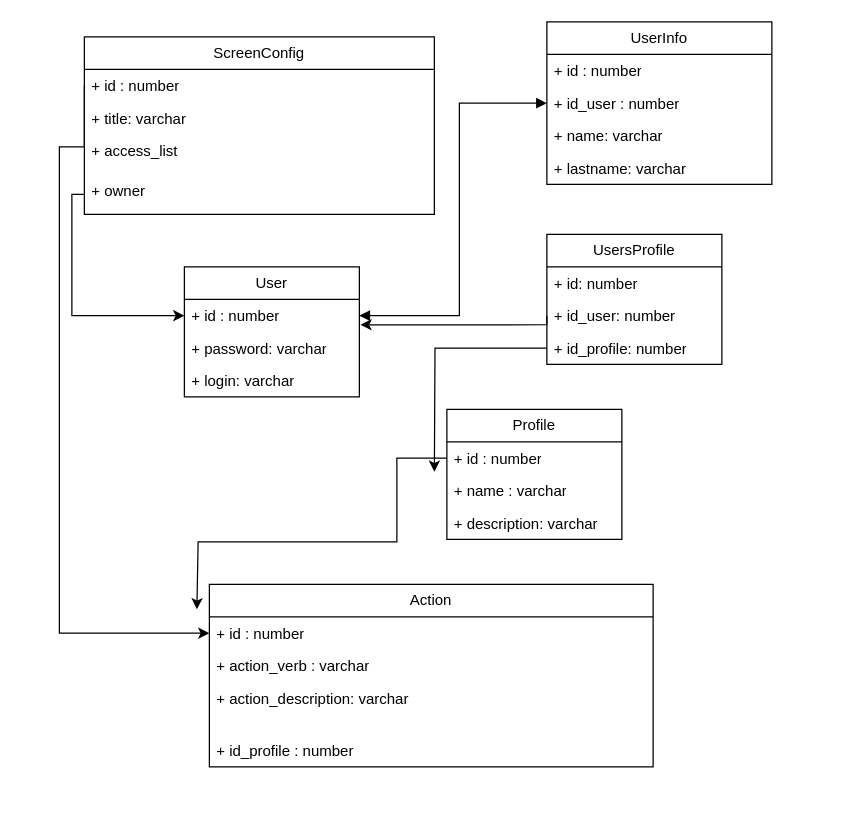
The draw.io diagram starter02-complex-hibernate/uml/UMLV01.drawio in slbsla/starter-2024, before the edit. Source tidied: cells renumbered, new cells numbered last; positions are measured from the earlier drawing's top-left corner, leaving out a move shared by most shapes. Both pictures are drawn from the tidied source at 125%, with x=0, y=0 at pixel (59, 21).
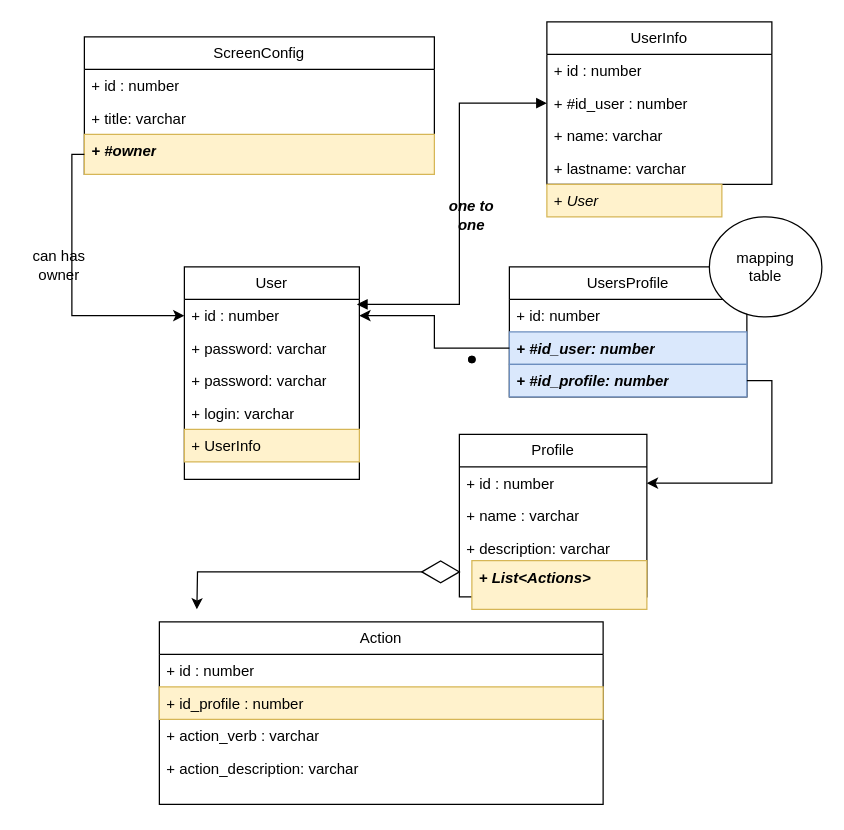
Above is the later version.

The change refers to these unchanged cells:
```xml
<mxCell id="3" value="+ id : number" style="text;strokeColor=none;fillColor=none;align=left;verticalAlign=top;spacingLeft=4;spacingRight=4;overflow=hidden;points=[[0,0.5],[1,0.5]];portConstraint=eastwest;whiteSpace=wrap;html=1;" parent="2" vertex="1">
  <mxGeometry y="26" width="140" height="26" as="geometry" />
</mxCell>
<mxCell id="14" value="UserInfo" style="swimlane;fontStyle=0;horizontal=1;startSize=26;fillColor=none;whiteSpace=wrap;html=1;" parent="1" vertex="1">
  <mxGeometry x="390" width="180" height="130" as="geometry" />
</mxCell>
<mxCell id="21" value="+ id : number&lt;div&gt;&lt;br/&gt;&lt;/div&gt;" style="text;strokeColor=none;fillColor=none;align=left;verticalAlign=top;spacingLeft=4;spacingRight=4;overflow=hidden;points=[[0,0.5],[1,0.5]];portConstraint=eastwest;whiteSpace=wrap;html=1;" parent="20" vertex="1">
  <mxGeometry y="26" width="355" height="26" as="geometry" />
</mxCell>
<mxCell id="27" value="+ id : number&lt;div&gt;&lt;br/&gt;&lt;/div&gt;" style="text;strokeColor=none;fillColor=none;align=left;verticalAlign=top;spacingLeft=4;spacingRight=4;overflow=hidden;points=[[0,0.5],[1,0.5]];portConstraint=eastwest;whiteSpace=wrap;html=1;" parent="26" vertex="1">
  <mxGeometry y="26" width="280" height="26" as="geometry" />
</mxCell>
```

Diff of the diagram source:
```diff
@@
     <mxCell id="2" value="User" style="swimlane;fontStyle=0;horizontal=1;startSize=26;fillColor=none;whiteSpace=wrap;html=1;" parent="1" vertex="1">
-      <mxGeometry x="100" y="196" width="140" height="104" as="geometry" />
+      <mxGeometry x="100" y="196" width="140" height="170" as="geometry" />
     </mxCell>
@@
+    <mxCell id="35" value="+ password: varchar" style="text;strokeColor=none;fillColor=none;align=left;verticalAlign=top;spacingLeft=4;spacingRight=4;overflow=hidden;whiteSpace=wrap;html=1;" parent="2" vertex="1">
+      <mxGeometry y="78" width="140" height="26" as="geometry" />
+    </mxCell>
     <mxCell id="5" value="+ login: varchar" style="text;strokeColor=none;fillColor=none;align=left;verticalAlign=top;spacingLeft=4;spacingRight=4;overflow=hidden;whiteSpace=wrap;html=1;" parent="2" vertex="1">
-      <mxGeometry y="78" width="140" height="26" as="geometry" />
+      <mxGeometry y="104" width="140" height="66" as="geometry" />
     </mxCell>
     <mxCell id="6" value="Profile" style="swimlane;fontStyle=0;horizontal=1;startSize=26;fillColor=none;whiteSpace=wrap;html=1;" parent="1" vertex="1">
-      <mxGeometry x="310" y="310" width="140" height="104" as="geometry" />
+      <mxGeometry x="320" y="330" width="150" height="130" as="geometry" />
     </mxCell>
     <mxCell id="7" value="+ id : number&lt;div&gt;&lt;br/&gt;&lt;/div&gt;" style="text;strokeColor=none;fillColor=none;align=left;verticalAlign=top;spacingLeft=4;spacingRight=4;overflow=hidden;points=[[0,0.5],[1,0.5]];portConstraint=eastwest;whiteSpace=wrap;html=1;" parent="6" vertex="1">
-      <mxGeometry y="26" width="140" height="26" as="geometry" />
+      <mxGeometry y="26" width="150" height="26" as="geometry" />
     </mxCell>
     <mxCell id="8" value="+ name : varchar" style="text;strokeColor=none;fillColor=none;align=left;verticalAlign=top;spacingLeft=4;spacingRight=4;overflow=hidden;whiteSpace=wrap;html=1;" parent="6" vertex="1">
-      <mxGeometry y="52" width="140" height="26" as="geometry" />
+      <mxGeometry y="52" width="150" height="26" as="geometry" />
     </mxCell>
     <mxCell id="9" value="+ description: varchar" style="text;strokeColor=none;fillColor=none;align=left;verticalAlign=top;spacingLeft=4;spacingRight=4;overflow=hidden;whiteSpace=wrap;html=1;" parent="6" vertex="1">
-      <mxGeometry y="78" width="140" height="26" as="geometry" />
+      <mxGeometry y="78" width="150" height="52" as="geometry" />
     </mxCell>
     <mxCell id="10" value="UsersProfile" style="swimlane;fontStyle=0;horizontal=1;startSize=26;fillColor=none;whiteSpace=wrap;html=1;" parent="1" vertex="1">
-      <mxGeometry x="390" y="170" width="140" height="104" as="geometry" />
+      <mxGeometry x="360" y="196" width="190" height="104" as="geometry" />
     </mxCell>
     <mxCell id="11" value="+ id: number" style="text;strokeColor=none;fillColor=none;align=left;verticalAlign=top;spacingLeft=4;spacingRight=4;overflow=hidden;whiteSpace=wrap;html=1;" parent="10" vertex="1">
-      <mxGeometry y="26" width="140" height="26" as="geometry" />
+      <mxGeometry y="26" width="190" height="26" as="geometry" />
     </mxCell>
-    <mxCell id="12" value="+ id_user: number&lt;div&gt;&lt;br/&gt;&lt;/div&gt;" style="text;strokeColor=none;fillColor=none;align=left;verticalAlign=top;spacingLeft=4;spacingRight=4;overflow=hidden;points=[[0,0.5],[1,0.5]];portConstraint=eastwest;whiteSpace=wrap;html=1;" parent="10" vertex="1">
-      <mxGeometry y="52" width="140" height="26" as="geometry" />
+    <mxCell id="12" value="+ #id_user: number&lt;div&gt;&lt;br&gt;&lt;/div&gt;" style="text;strokeColor=#6c8ebf;fillColor=#dae8fc;align=left;verticalAlign=top;spacingLeft=4;spacingRight=4;overflow=hidden;points=[[0,0.5],[1,0.5]];portConstraint=eastwest;whiteSpace=wrap;html=1;fontStyle=3;" parent="10" vertex="1">
+      <mxGeometry y="52" width="190" height="26" as="geometry" />
     </mxCell>
-    <mxCell id="13" value="+ id_profile: number" style="text;strokeColor=none;fillColor=none;align=left;verticalAlign=top;spacingLeft=4;spacingRight=4;overflow=hidden;points=[[0,0.5],[1,0.5]];portConstraint=eastwest;whiteSpace=wrap;html=1;" parent="10" vertex="1">
-      <mxGeometry y="78" width="140" height="26" as="geometry" />
+    <mxCell id="13" value="+ #id_profile: number" style="text;strokeColor=#6c8ebf;fillColor=#dae8fc;align=left;verticalAlign=top;spacingLeft=4;spacingRight=4;overflow=hidden;points=[[0,0.5],[1,0.5]];portConstraint=eastwest;whiteSpace=wrap;html=1;fontStyle=3;" parent="10" vertex="1">
+      <mxGeometry y="78" width="190" height="26" as="geometry" />
     </mxCell>
@@
-    <mxCell id="16" value="+ id_user : number" style="text;strokeColor=none;fillColor=none;align=left;verticalAlign=top;spacingLeft=4;spacingRight=4;overflow=hidden;points=[[0,0.5],[1,0.5]];portConstraint=eastwest;whiteSpace=wrap;html=1;" parent="14" vertex="1">
+    <mxCell id="16" value="+ #id_user : number" style="text;strokeColor=none;fillColor=none;align=left;verticalAlign=top;spacingLeft=4;spacingRight=4;overflow=hidden;points=[[0,0.5],[1,0.5]];portConstraint=eastwest;whiteSpace=wrap;html=1;" parent="14" vertex="1">
       <mxGeometry y="52" width="180" height="26" as="geometry" />
     </mxCell>
@@
-    <mxCell id="19" style="endArrow=block;startArrow=block;endFill=1;startFill=1;html=1;rounded=0;entryX=0;entryY=0.5;entryDx=0;entryDy=0;exitX=1;exitY=0.5;exitDx=0;exitDy=0;" parent="1" edge="1" source="3" target="16">
+    <mxCell id="19" style="endArrow=block;startArrow=block;endFill=1;startFill=1;html=1;rounded=0;entryX=0;entryY=0.5;entryDx=0;entryDy=0;exitX=0.986;exitY=0.154;exitDx=0;exitDy=0;exitPerimeter=0;" parent="1" edge="1" source="3" target="16">
       <mxGeometry relative="1" as="geometry">
         <Array as="points">
-          <mxPoint x="320" y="235" />
+          <mxPoint x="320" y="226" />
           <mxPoint x="320" y="65" />
         </Array>
       </mxGeometry>
     </mxCell>
     <mxCell id="20" value="Action" style="swimlane;fontStyle=0;horizontal=1;startSize=26;fillColor=none;whiteSpace=wrap;html=1;" parent="1" vertex="1">
-      <mxGeometry x="120" y="450" width="355" height="146" as="geometry" />
+      <mxGeometry x="80" y="480" width="355" height="146" as="geometry" />
     </mxCell>
@@
+    <mxCell id="24" value="+ id_profile : number&lt;div&gt;&lt;br&gt;&lt;/div&gt;" style="text;strokeColor=#d6b656;fillColor=#fff2cc;align=left;verticalAlign=top;spacingLeft=4;spacingRight=4;overflow=hidden;whiteSpace=wrap;html=1;" parent="20" vertex="1">
+      <mxGeometry y="52" width="355" height="26" as="geometry" />
+    </mxCell>
     <mxCell id="22" value="+ action_verb : varchar&lt;div&gt;&lt;br/&gt;&lt;/div&gt;" style="text;strokeColor=none;fillColor=none;align=left;verticalAlign=top;spacingLeft=4;spacingRight=4;overflow=hidden;whiteSpace=wrap;html=1;" parent="20" vertex="1">
-      <mxGeometry y="52" width="355" height="26" as="geometry" />
+      <mxGeometry y="78" width="355" height="26" as="geometry" />
     </mxCell>
     <mxCell id="23" value="+ action_description: varchar" style="text;strokeColor=none;fillColor=none;align=left;verticalAlign=top;spacingLeft=4;spacingRight=4;overflow=hidden;whiteSpace=wrap;html=1;" parent="20" vertex="1">
-      <mxGeometry y="78" width="355" height="42" as="geometry" />
+      <mxGeometry y="104" width="355" height="42" as="geometry" />
     </mxCell>
-    <mxCell id="24" value="+ id_profile : number&lt;div&gt;&lt;br&gt;&lt;/div&gt;" style="text;strokeColor=none;fillColor=none;align=left;verticalAlign=top;spacingLeft=4;spacingRight=4;overflow=hidden;whiteSpace=wrap;html=1;" parent="20" vertex="1">
-      <mxGeometry y="120" width="355" height="26" as="geometry" />
-    </mxCell>
-    <mxCell id="25" style="edgeStyle=orthogonalEdgeStyle;rounded=0;jettySize=auto;html=1;exitX=0;exitY=0.5;exitDx=0;exitDy=0;" parent="1" edge="1" source="7">
+    <mxCell id="25" style="edgeStyle=orthogonalEdgeStyle;rounded=0;jettySize=auto;html=1;exitX=0;exitY=0.5;exitDx=0;exitDy=0;" parent="1" edge="1" source="39">
       <mxGeometry relative="1" as="geometry">
         <mxPoint x="110" y="470" as="targetPoint" />
-        <Array as="points">
-          <mxPoint x="270" y="349" />
-          <mxPoint x="270" y="416" />
-          <mxPoint x="111" y="416" />
-          <mxPoint x="111" y="470" />
-        </Array>
       </mxGeometry>
     </mxCell>
     <mxCell id="26" value="ScreenConfig" style="swimlane;fontStyle=0;horizontal=1;startSize=26;fillColor=none;whiteSpace=wrap;html=1;" parent="1" vertex="1">
-      <mxGeometry x="20" y="12" width="280" height="142" as="geometry" />
+      <mxGeometry x="20" y="12" width="280" height="110" as="geometry" />
     </mxCell>
@@
-    <mxCell id="29" value="+ access_list" style="text;strokeColor=none;fillColor=none;align=left;verticalAlign=top;spacingLeft=4;spacingRight=4;overflow=hidden;whiteSpace=wrap;html=1;" parent="26" vertex="1">
-      <mxGeometry y="78" width="280" height="32" as="geometry" />
-    </mxCell>
-    <mxCell id="30" value="+ owner" style="text;strokeColor=none;fillColor=none;align=left;verticalAlign=top;spacingLeft=4;spacingRight=4;overflow=hidden;points=[[0,0.5],[1,0.5]];portConstraint=eastwest;whiteSpace=wrap;html=1;" parent="26" vertex="1">
-      <mxGeometry y="110" width="280" height="32" as="geometry" />
+    <mxCell id="30" value="+ #owner" style="text;strokeColor=#d6b656;fillColor=#fff2cc;align=left;verticalAlign=top;spacingLeft=4;spacingRight=4;overflow=hidden;points=[[0,0.5],[1,0.5]];portConstraint=eastwest;whiteSpace=wrap;html=1;fontStyle=3;" parent="26" vertex="1">
+      <mxGeometry y="78" width="280" height="32" as="geometry" />
     </mxCell>
-    <mxCell id="31" style="edgeStyle=orthogonalEdgeStyle;rounded=0;jettySize=auto;html=1;exitX=0;exitY=0.5;exitDx=0;exitDy=0;" parent="1" edge="1" source="27" target="21">
-      <mxGeometry relative="1" as="geometry">
-        <Array as="points">
-          <mxPoint x="20" y="100" />
-          <mxPoint y="100" />
-          <mxPoint y="489" />
-        </Array>
-      </mxGeometry>
-    </mxCell>
     <mxCell id="32" style="edgeStyle=orthogonalEdgeStyle;rounded=0;jettySize=auto;html=1;exitX=0;exitY=0.5;exitDx=0;exitDy=0;entryX=0;entryY=0.5;entryDx=0;entryDy=0;" parent="1" edge="1" source="30" target="3">
       <mxGeometry relative="1" as="geometry">
         <Array as="points">
-          <mxPoint x="10" y="138" />
+          <mxPoint x="10" y="106" />
           <mxPoint x="10" y="235" />
         </Array>
       </mxGeometry>
     </mxCell>
-    <mxCell id="33" style="edgeStyle=orthogonalEdgeStyle;rounded=0;jettySize=auto;html=1;exitX=0;exitY=0.5;exitDx=0;exitDy=0;" parent="1" edge="1" source="13">
-      <mxGeometry relative="1" as="geometry">
-        <mxPoint x="300" y="360" as="targetPoint" />
-      </mxGeometry>
-    </mxCell>
+    <mxCell id="36" style="edgeStyle=orthogonalEdgeStyle;rounded=0;jettySize=auto;html=1;exitX=1;exitY=0.5;exitDx=0;exitDy=0;" parent="1" edge="1" source="13" target="7">
+      <mxGeometry relative="1" as="geometry" />
+    </mxCell>
-    <mxCell id="34" style="edgeStyle=orthogonalEdgeStyle;rounded=0;jettySize=auto;html=1;exitX=0;exitY=0.5;exitDx=0;exitDy=0;entryX=1.006;entryY=0.782;entryDx=0;entryDy=0;entryPerimeter=0;" parent="1" edge="1" source="12" target="3">
-      <mxGeometry relative="1" as="geometry">
-        <Array as="points">
-          <mxPoint x="390" y="242" />
-        </Array>
-      </mxGeometry>
+    <mxCell id="34" style="edgeStyle=orthogonalEdgeStyle;rounded=0;jettySize=auto;html=1;exitX=0;exitY=0.5;exitDx=0;exitDy=0;entryX=1;entryY=0.5;entryDx=0;entryDy=0;" parent="1" edge="1" source="12" target="3">
+      <mxGeometry relative="1" as="geometry" />
     </mxCell>
+    <mxCell id="37" style="shape=waypoint;sketch=0;fillStyle=solid;size=6;fillColor=none;perimeter=centerPerimeter;" parent="1" vertex="1">
+      <mxGeometry x="320" y="260" width="20" height="20" as="geometry" />
+    </mxCell>
+    <mxCell id="38" style="shape=waypoint;sketch=0;fillStyle=solid;size=6;fillColor=none;perimeter=centerPerimeter;" parent="1" vertex="1">
+      <mxGeometry x="320" y="260" width="20" height="20" as="geometry" />
+    </mxCell>
+    <mxCell id="39" style="html=1;whiteSpace=wrap;shape=isoRectangle;fontColor=#66B2FF;" parent="1" vertex="1">
+      <mxGeometry x="290" y="431" width="30" height="18" as="geometry" />
+    </mxCell>
+    <mxCell id="40" value="+ List&amp;lt;Actions&amp;gt;" style="text;strokeColor=#d6b656;fillColor=#fff2cc;align=left;verticalAlign=top;spacingLeft=4;spacingRight=4;overflow=hidden;whiteSpace=wrap;html=1;fontStyle=3;" parent="1" vertex="1">
+      <mxGeometry x="330" y="431" width="140" height="39" as="geometry" />
+    </mxCell>
+    <mxCell id="41" value="can has owner" style="text;strokeColor=none;align=center;fillColor=none;html=1;verticalAlign=middle;whiteSpace=wrap;rounded=0;" parent="1" vertex="1">
+      <mxGeometry x="-30" y="180" width="60" height="30" as="geometry" />
+    </mxCell>
+    <mxCell id="42" value="+ UserInfo" style="text;strokeColor=#d6b656;fillColor=#fff2cc;align=left;verticalAlign=top;spacingLeft=4;spacingRight=4;overflow=hidden;whiteSpace=wrap;html=1;" parent="1" vertex="1">
+      <mxGeometry x="100" y="326" width="140" height="26" as="geometry" />
+    </mxCell>
+    <mxCell id="43" value="+ &lt;i&gt;User&lt;/i&gt;" style="text;strokeColor=#d6b656;fillColor=#fff2cc;align=left;verticalAlign=top;spacingLeft=4;spacingRight=4;overflow=hidden;whiteSpace=wrap;html=1;" parent="1" vertex="1">
+      <mxGeometry x="390" y="130" width="140" height="26" as="geometry" />
+    </mxCell>
+    <mxCell id="44" value="&lt;b&gt;&lt;i&gt;one to one&lt;/i&gt;&lt;/b&gt;" style="text;strokeColor=none;align=center;fillColor=none;html=1;verticalAlign=middle;whiteSpace=wrap;rounded=0;" parent="1" vertex="1">
+      <mxGeometry x="300" y="140" width="60" height="30" as="geometry" />
+    </mxCell>
+    <mxCell id="45" value="mapping&lt;br&gt;table" style="ellipse;whiteSpace=wrap;html=1;" parent="1" vertex="1">
+      <mxGeometry x="520" y="156" width="90" height="80" as="geometry" />
+    </mxCell>
```
